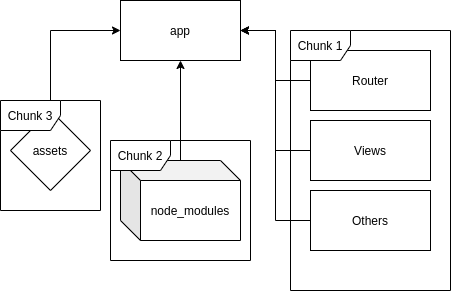
The draw.io diagram pictures/webpack_chunks.png in clementvtrd/rapport-stage-master, before a commit. Source tidied: cells renumbered, new cells last; positions are measured from the earlier drawing's top-left corner, leaving out a move shared by most shapes.
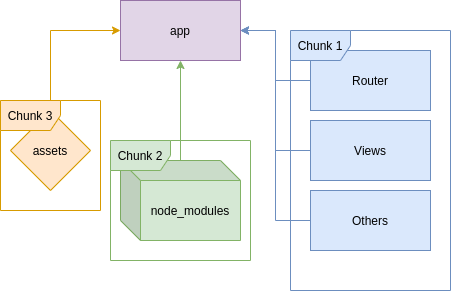
The same diagram one commit later.

Change to the diagram source:
```diff
@@ -2,50 +2,50 @@
   <root>
     <mxCell id="0" />
     <mxCell id="1" parent="0" />
-    <mxCell id="2" value="app" style="rounded=0;whiteSpace=wrap;html=1;" parent="1" vertex="1">
+    <mxCell id="2" value="app" style="rounded=0;whiteSpace=wrap;html=1;fillColor=#e1d5e7;strokeColor=#9673a6;" parent="1" vertex="1">
       <mxGeometry x="120" width="120" height="60" as="geometry" />
     </mxCell>
-    <mxCell id="3" style="edgeStyle=orthogonalEdgeStyle;rounded=0;jettySize=auto;html=1;entryX=0;entryY=0.5;entryDx=0;entryDy=0;" parent="1" edge="1" source="4" target="2">
+    <mxCell id="3" style="edgeStyle=orthogonalEdgeStyle;rounded=0;jettySize=auto;html=1;entryX=0;entryY=0.5;entryDx=0;entryDy=0;fillColor=#ffe6cc;strokeColor=#d79b00;" parent="1" edge="1" source="4" target="2">
       <mxGeometry relative="1" as="geometry">
         <Array as="points">
           <mxPoint x="50" y="30" />
         </Array>
       </mxGeometry>
     </mxCell>
-    <mxCell id="4" value="assets" style="rhombus;whiteSpace=wrap;html=1;" parent="1" vertex="1">
+    <mxCell id="4" value="assets" style="rhombus;whiteSpace=wrap;html=1;fillColor=#ffe6cc;strokeColor=#d79b00;" parent="1" vertex="1">
       <mxGeometry x="10" y="110" width="80" height="80" as="geometry" />
     </mxCell>
-    <mxCell id="5" style="edgeStyle=orthogonalEdgeStyle;rounded=0;jettySize=auto;html=1;entryX=0.5;entryY=1;entryDx=0;entryDy=0;" parent="1" edge="1" source="6" target="2">
+    <mxCell id="5" style="edgeStyle=orthogonalEdgeStyle;rounded=0;jettySize=auto;html=1;entryX=0.5;entryY=1;entryDx=0;entryDy=0;fillColor=#d5e8d4;strokeColor=#82b366;" parent="1" edge="1" source="6" target="2">
       <mxGeometry relative="1" as="geometry" />
     </mxCell>
-    <mxCell id="6" value="node_modules" style="shape=cube;whiteSpace=wrap;html=1;boundedLbl=1;backgroundOutline=1;darkOpacity=0.05;darkOpacity2=0.1;" parent="1" vertex="1">
+    <mxCell id="6" value="node_modules" style="shape=cube;whiteSpace=wrap;html=1;boundedLbl=1;backgroundOutline=1;darkOpacity=0.05;darkOpacity2=0.1;fillColor=#d5e8d4;strokeColor=#82b366;" parent="1" vertex="1">
       <mxGeometry x="120" y="160" width="120" height="80" as="geometry" />
     </mxCell>
-    <mxCell id="7" style="edgeStyle=orthogonalEdgeStyle;rounded=0;jettySize=auto;html=1;entryX=1;entryY=0.5;entryDx=0;entryDy=0;" parent="1" edge="1" source="8" target="2">
+    <mxCell id="7" style="edgeStyle=orthogonalEdgeStyle;rounded=0;jettySize=auto;html=1;entryX=1;entryY=0.5;entryDx=0;entryDy=0;fillColor=#dae8fc;strokeColor=#6c8ebf;" parent="1" edge="1" source="8" target="2">
       <mxGeometry relative="1" as="geometry" />
     </mxCell>
-    <mxCell id="8" value="Router" style="rounded=0;whiteSpace=wrap;html=1;" parent="1" vertex="1">
+    <mxCell id="8" value="Router" style="rounded=0;whiteSpace=wrap;html=1;fillColor=#dae8fc;strokeColor=#6c8ebf;" parent="1" vertex="1">
       <mxGeometry x="310" y="50" width="120" height="60" as="geometry" />
     </mxCell>
-    <mxCell id="9" style="edgeStyle=orthogonalEdgeStyle;rounded=0;jettySize=auto;html=1;entryX=1;entryY=0.5;entryDx=0;entryDy=0;" parent="1" edge="1" source="10" target="2">
+    <mxCell id="9" style="edgeStyle=orthogonalEdgeStyle;rounded=0;jettySize=auto;html=1;entryX=1;entryY=0.5;entryDx=0;entryDy=0;fillColor=#dae8fc;strokeColor=#6c8ebf;" parent="1" edge="1" source="10" target="2">
       <mxGeometry relative="1" as="geometry" />
     </mxCell>
-    <mxCell id="10" value="Views" style="rounded=0;whiteSpace=wrap;html=1;" parent="1" vertex="1">
+    <mxCell id="10" value="Views" style="rounded=0;whiteSpace=wrap;html=1;fillColor=#dae8fc;strokeColor=#6c8ebf;" parent="1" vertex="1">
       <mxGeometry x="310" y="120" width="120" height="60" as="geometry" />
     </mxCell>
-    <mxCell id="11" style="edgeStyle=orthogonalEdgeStyle;rounded=0;jettySize=auto;html=1;entryX=1;entryY=0.5;entryDx=0;entryDy=0;" parent="1" edge="1" source="12" target="2">
+    <mxCell id="11" style="edgeStyle=orthogonalEdgeStyle;rounded=0;jettySize=auto;html=1;entryX=1;entryY=0.5;entryDx=0;entryDy=0;fillColor=#dae8fc;strokeColor=#6c8ebf;" parent="1" edge="1" source="12" target="2">
       <mxGeometry relative="1" as="geometry" />
     </mxCell>
-    <mxCell id="12" value="Others" style="rounded=0;whiteSpace=wrap;html=1;" parent="1" vertex="1">
+    <mxCell id="12" value="Others" style="rounded=0;whiteSpace=wrap;html=1;fillColor=#dae8fc;strokeColor=#6c8ebf;" parent="1" vertex="1">
       <mxGeometry x="310" y="190" width="120" height="60" as="geometry" />
     </mxCell>
-    <mxCell id="13" value="Chunk 1" style="shape=umlFrame;whiteSpace=wrap;html=1;" parent="1" vertex="1">
+    <mxCell id="13" value="Chunk 1" style="shape=umlFrame;whiteSpace=wrap;html=1;fillColor=#dae8fc;strokeColor=#6c8ebf;" parent="1" vertex="1">
       <mxGeometry x="290" y="30" width="160" height="260" as="geometry" />
     </mxCell>
-    <mxCell id="14" value="Chunk 2" style="shape=umlFrame;whiteSpace=wrap;html=1;" parent="1" vertex="1">
+    <mxCell id="14" value="Chunk 2" style="shape=umlFrame;whiteSpace=wrap;html=1;fillColor=#d5e8d4;strokeColor=#82b366;" parent="1" vertex="1">
       <mxGeometry x="110" y="140" width="140" height="120" as="geometry" />
     </mxCell>
-    <mxCell id="15" value="Chunk 3" style="shape=umlFrame;whiteSpace=wrap;html=1;" parent="1" vertex="1">
+    <mxCell id="15" value="Chunk 3" style="shape=umlFrame;whiteSpace=wrap;html=1;fillColor=#ffe6cc;strokeColor=#d79b00;" parent="1" vertex="1">
       <mxGeometry y="100" width="100" height="110" as="geometry" />
     </mxCell>
   </root>
```
